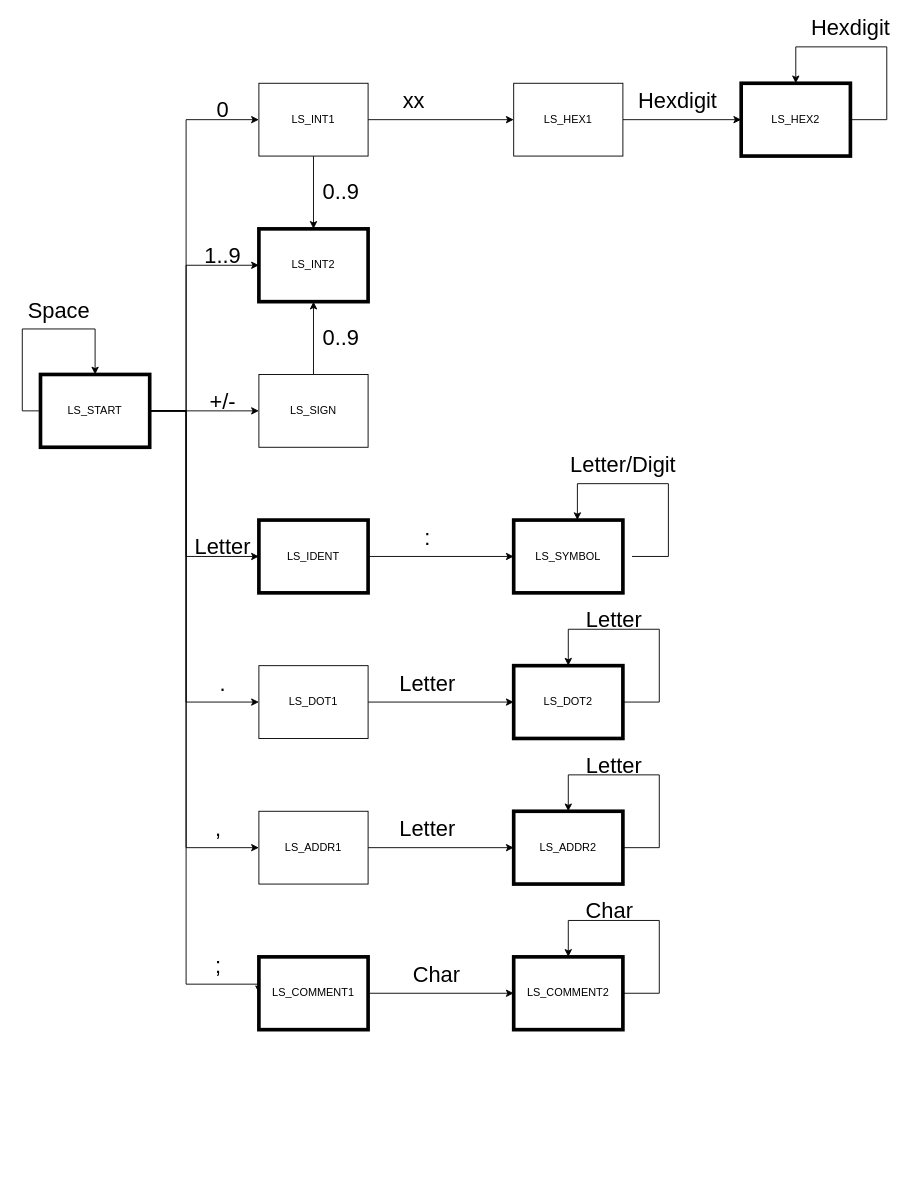
Above: docs/diagrams/Tokenizer.drawio in zackthomas1/Pep9Assembler (draw.io), before the change. Source tidied: cells renumbered, new cells numbered last; positions are measured from the earlier drawing's top-left corner, leaving out a move shared by most shapes. Both pictures are drawn from the tidied source at 91%, with x=0, y=0 at pixel (22, 19).
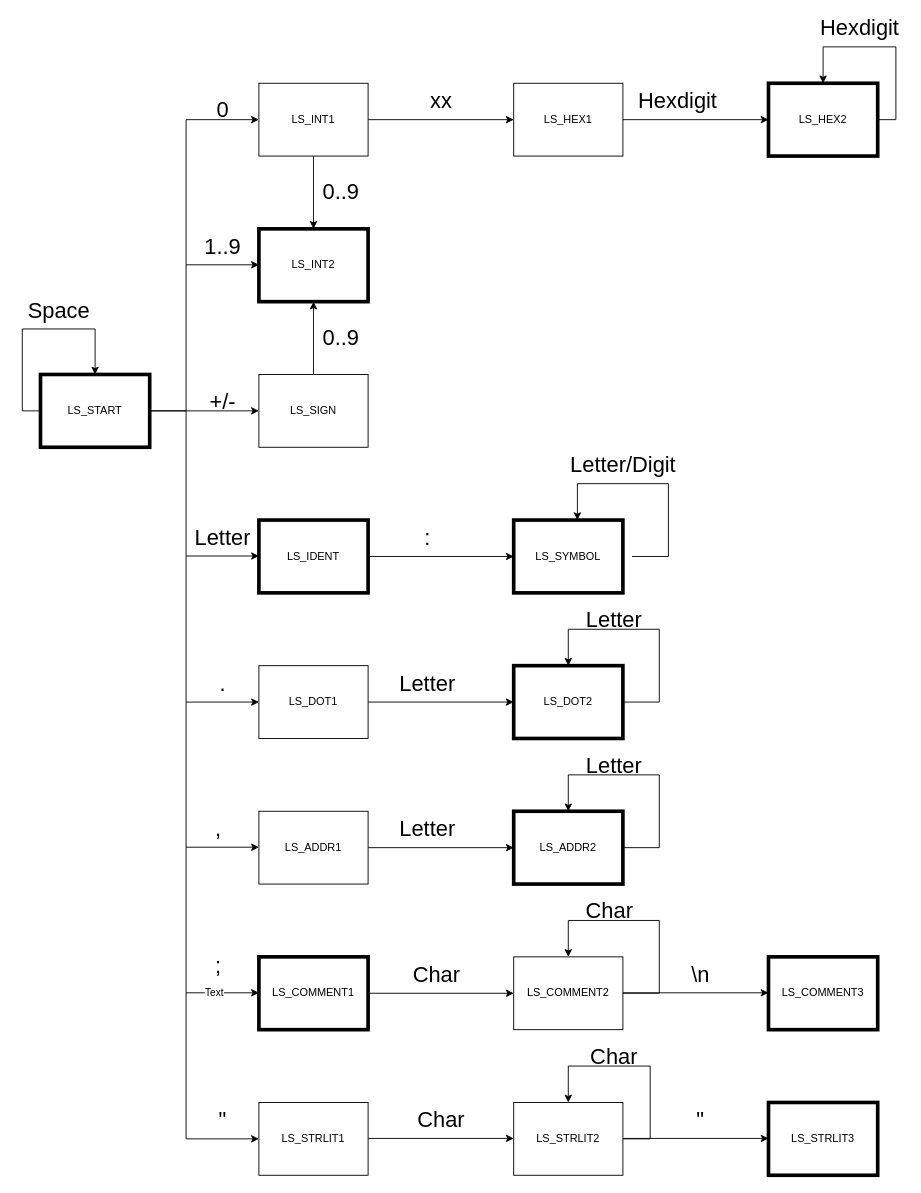
After the change.

The change refers to these unchanged cells:
```xml
<mxCell id="10" value="LS_START" style="rounded=0;whiteSpace=wrap;html=1;strokeWidth=4;" parent="1" vertex="1">
  <mxGeometry x="20" y="390" width="120" height="80" as="geometry" />
</mxCell>
<mxCell id="14" value="LS_INT2" style="rounded=0;whiteSpace=wrap;html=1;strokeWidth=4;" parent="1" vertex="1">
  <mxGeometry x="260" y="230" width="120" height="80" as="geometry" />
</mxCell>
<mxCell id="16" value="LS_SIGN" style="rounded=0;whiteSpace=wrap;html=1;" parent="1" vertex="1">
  <mxGeometry x="260" y="390" width="120" height="80" as="geometry" />
</mxCell>
<mxCell id="18" value="LS_IDENT" style="rounded=0;whiteSpace=wrap;html=1;strokeWidth=4;" parent="1" vertex="1">
  <mxGeometry x="260" y="550" width="120" height="80" as="geometry" />
</mxCell>
<mxCell id="20" value="LS_ADDR1" style="rounded=0;whiteSpace=wrap;html=1;" parent="1" vertex="1">
  <mxGeometry x="260" y="870" width="120" height="80" as="geometry" />
</mxCell>
<mxCell id="22" value="LS_DOT1" style="rounded=0;whiteSpace=wrap;html=1;" parent="1" vertex="1">
  <mxGeometry x="260" y="710" width="120" height="80" as="geometry" />
</mxCell>
<mxCell id="51" value="LS_COMMENT1" style="rounded=0;whiteSpace=wrap;html=1;strokeWidth=4;" parent="1" vertex="1">
  <mxGeometry x="260" y="1030" width="120" height="80" as="geometry" />
</mxCell>
```

Diff of the diagram source:
```diff
@@
-    <mxCell id="2" style="edgeStyle=orthogonalEdgeStyle;rounded=0;jettySize=auto;html=1;entryX=0;entryY=0.5;entryDx=0;entryDy=0;" parent="1" edge="1" source="10" target="14">
-      <mxGeometry relative="1" as="geometry">
-        <Array as="points">
-          <mxPoint x="180" y="430" />
-          <mxPoint x="180" y="270" />
-        </Array>
-      </mxGeometry>
-    </mxCell>
@@
-    <mxCell id="4" style="edgeStyle=orthogonalEdgeStyle;rounded=0;jettySize=auto;html=1;" parent="1" edge="1" source="10" target="16">
-      <mxGeometry relative="1" as="geometry" />
-    </mxCell>
-    <mxCell id="5" style="edgeStyle=orthogonalEdgeStyle;rounded=0;jettySize=auto;html=1;entryX=0;entryY=0.5;entryDx=0;entryDy=0;" parent="1" edge="1" source="10" target="20">
-      <mxGeometry relative="1" as="geometry">
-        <Array as="points">
-          <mxPoint x="180" y="430" />
-          <mxPoint x="180" y="910" />
-        </Array>
-      </mxGeometry>
-    </mxCell>
-    <mxCell id="6" style="edgeStyle=orthogonalEdgeStyle;rounded=0;jettySize=auto;html=1;entryX=0;entryY=0.5;entryDx=0;entryDy=0;" parent="1" edge="1" source="10" target="22">
-      <mxGeometry relative="1" as="geometry">
-        <Array as="points">
-          <mxPoint x="180" y="430" />
-          <mxPoint x="180" y="750" />
-        </Array>
-      </mxGeometry>
-    </mxCell>
-    <mxCell id="7" style="edgeStyle=orthogonalEdgeStyle;rounded=0;jettySize=auto;html=1;entryX=0;entryY=0.5;entryDx=0;entryDy=0;" parent="1" edge="1" source="10" target="18">
-      <mxGeometry relative="1" as="geometry">
-        <Array as="points">
-          <mxPoint x="180" y="430" />
-          <mxPoint x="180" y="590" />
-        </Array>
-      </mxGeometry>
-    </mxCell>
@@
-    <mxCell id="9" style="edgeStyle=orthogonalEdgeStyle;rounded=0;jettySize=auto;html=1;entryX=0;entryY=0.5;entryDx=0;entryDy=0;" parent="1" edge="1" source="10" target="51">
+    <mxCell id="9" style="edgeStyle=orthogonalEdgeStyle;rounded=0;jettySize=auto;html=1;entryX=0;entryY=0.5;entryDx=0;entryDy=0;" parent="1" edge="1" source="10" target="58">
       <mxGeometry relative="1" as="geometry">
         <Array as="points">
           <mxPoint x="180" y="430" />
-          <mxPoint x="180" y="1060" />
+          <mxPoint x="180" y="1230" />
         </Array>
       </mxGeometry>
     </mxCell>
@@
     <mxCell id="25" value="LS_HEX2" style="rounded=0;whiteSpace=wrap;html=1;strokeWidth=4;" parent="1" vertex="1">
-      <mxGeometry x="790" y="70" width="120" height="80" as="geometry" />
+      <mxGeometry x="820" y="70" width="120" height="80" as="geometry" />
     </mxCell>
@@
-    <mxCell id="31" style="edgeStyle=orthogonalEdgeStyle;rounded=0;orthogonalLoop=1;jettySize=auto;html=1;exitX=1;exitY=0.5;exitDx=0;exitDy=0;" parent="1" edge="1">
+    <mxCell id="31" style="edgeStyle=orthogonalEdgeStyle;rounded=0;orthogonalLoop=1;jettySize=auto;html=1;entryX=0.5;entryY=0;entryDx=0;entryDy=0;exitX=1;exitY=0.5;exitDx=0;exitDy=0;" parent="1" edge="1" source="25" target="25">
       <mxGeometry relative="1" as="geometry">
-        <mxPoint x="910" y="110" as="sourcePoint" />
-        <mxPoint x="850" y="70" as="targetPoint" />
         <Array as="points">
-          <mxPoint x="950" y="110" />
-          <mxPoint x="950" y="30" />
-          <mxPoint x="850" y="30" />
+          <mxPoint x="960" y="110" />
+          <mxPoint x="960" y="30" />
+          <mxPoint x="880" y="30" />
         </Array>
       </mxGeometry>
     </mxCell>
@@
     <mxCell id="36" value="&lt;font style=&quot;font-size: 24px&quot;&gt;Letter&lt;/font&gt;" style="text;html=1;align=center;verticalAlign=middle;fillColor=none;strokeColor=none;rounded=0;" parent="1" vertex="1">
-      <mxGeometry x="180" y="570" width="80" height="20" as="geometry" />
+      <mxGeometry x="180" y="560" width="80" height="20" as="geometry" />
     </mxCell>
@@
     <mxCell id="40" value="&lt;font style=&quot;font-size: 24px&quot;&gt;Hexdigit&lt;/font&gt;" style="text;html=1;align=center;verticalAlign=middle;fillColor=none;strokeColor=none;rounded=0;" parent="1" vertex="1">
-      <mxGeometry x="860" width="100" height="20" as="geometry" />
+      <mxGeometry x="870" width="100" height="20" as="geometry" />
     </mxCell>
@@
     <mxCell id="42" value="&lt;font style=&quot;font-size: 24px&quot;&gt;1..9&lt;/font&gt;" style="text;html=1;align=center;verticalAlign=middle;fillColor=none;strokeColor=none;rounded=0;" parent="1" vertex="1">
-      <mxGeometry x="190" y="250" width="60" height="20" as="geometry" />
+      <mxGeometry x="190" y="240" width="60" height="20" as="geometry" />
     </mxCell>
@@
     <mxCell id="44" value="&lt;font style=&quot;font-size: 24px&quot;&gt;xx&lt;/font&gt;" style="text;html=1;align=center;verticalAlign=middle;fillColor=none;strokeColor=none;rounded=0;" parent="1" vertex="1">
-      <mxGeometry x="410" y="80" width="40" height="20" as="geometry" />
+      <mxGeometry x="440" y="80" width="40" height="20" as="geometry" />
     </mxCell>
@@
-    <mxCell id="53" value="LS_COMMENT2" style="rounded=0;whiteSpace=wrap;html=1;strokeWidth=4;" parent="1" vertex="1">
+    <mxCell id="53" value="LS_COMMENT2" style="rounded=0;whiteSpace=wrap;html=1;strokeWidth=1;" parent="1" vertex="1">
       <mxGeometry x="540" y="1030" width="120" height="80" as="geometry" />
     </mxCell>
@@
+    <mxCell id="58" value="LS_STRLIT1" style="rounded=0;whiteSpace=wrap;html=1;" parent="1" vertex="1">
+      <mxGeometry x="260" y="1190" width="120" height="80" as="geometry" />
+    </mxCell>
+    <mxCell id="59" style="endArrow=classic;html=1;entryX=0;entryY=0.5;entryDx=0;entryDy=0;" parent="1" edge="1" target="22">
+      <mxGeometry relative="1" as="geometry">
+        <mxPoint x="180" y="750" as="sourcePoint" />
+      </mxGeometry>
+    </mxCell>
+    <mxCell id="60" style="endArrow=classic;html=1;entryX=0;entryY=0.5;entryDx=0;entryDy=0;" parent="1" edge="1">
+      <mxGeometry relative="1" as="geometry">
+        <mxPoint x="180" y="909.5" as="sourcePoint" />
+        <mxPoint x="260" y="909.5" as="targetPoint" />
+      </mxGeometry>
+    </mxCell>
+    <mxCell id="61" style="endArrow=classic;html=1;entryX=0;entryY=0.5;entryDx=0;entryDy=0;" parent="1" edge="1">
+      <mxGeometry relative="1" as="geometry">
+        <mxPoint x="180" y="589.5" as="sourcePoint" />
+        <mxPoint x="260" y="589.5" as="targetPoint" />
+      </mxGeometry>
+    </mxCell>
+    <mxCell id="62" style="endArrow=classic;html=1;entryX=0;entryY=0.5;entryDx=0;entryDy=0;" parent="1" edge="1">
+      <mxGeometry relative="1" as="geometry">
+        <mxPoint x="180" y="269.5" as="sourcePoint" />
+        <mxPoint x="260" y="269.5" as="targetPoint" />
+      </mxGeometry>
+    </mxCell>
+    <mxCell id="63" style="endArrow=classic;html=1;entryX=0;entryY=0.5;entryDx=0;entryDy=0;" parent="1" edge="1">
+      <mxGeometry relative="1" as="geometry">
+        <mxPoint x="180" y="430" as="sourcePoint" />
+        <mxPoint x="260" y="430" as="targetPoint" />
+      </mxGeometry>
+    </mxCell>
+    <mxCell id="64" style="endArrow=classic;html=1;entryX=0;entryY=0.5;entryDx=0;entryDy=0;" parent="1" edge="1">
+      <mxGeometry relative="1" as="geometry">
+        <mxPoint x="180" y="1069.5" as="sourcePoint" />
+        <mxPoint x="260" y="1069.5" as="targetPoint" />
+      </mxGeometry>
+    </mxCell>
+    <mxCell id="65" value="Text" style="edgeLabel;html=1;align=center;verticalAlign=middle;" parent="64" vertex="1">
+      <mxGeometry x="-0.25" y="1" relative="1" as="geometry">
+        <mxPoint y="1" as="offset" />
+      </mxGeometry>
+    </mxCell>
+    <mxCell id="66" value="LS_STRLIT2" style="rounded=0;whiteSpace=wrap;html=1;" parent="1" vertex="1">
+      <mxGeometry x="540" y="1190" width="120" height="80" as="geometry" />
+    </mxCell>
+    <mxCell id="67" value="LS_STRLIT3" style="rounded=0;whiteSpace=wrap;html=1;strokeWidth=4;" parent="1" vertex="1">
+      <mxGeometry x="820" y="1190" width="120" height="80" as="geometry" />
+    </mxCell>
+    <mxCell id="68" style="edgeStyle=orthogonalEdgeStyle;rounded=0;orthogonalLoop=1;jettySize=auto;html=1;exitX=1;exitY=0.5;exitDx=0;exitDy=0;" parent="1" edge="1">
+      <mxGeometry relative="1" as="geometry">
+        <mxPoint x="380" y="1229.5" as="sourcePoint" />
+        <mxPoint x="540" y="1229.5" as="targetPoint" />
+      </mxGeometry>
+    </mxCell>
+    <mxCell id="69" style="edgeStyle=orthogonalEdgeStyle;rounded=0;orthogonalLoop=1;jettySize=auto;html=1;exitX=1;exitY=0.5;exitDx=0;exitDy=0;" parent="1" edge="1">
+      <mxGeometry relative="1" as="geometry">
+        <mxPoint x="660" y="1229.5" as="sourcePoint" />
+        <mxPoint x="820" y="1229.5" as="targetPoint" />
+      </mxGeometry>
+    </mxCell>
+    <mxCell id="70" style="edgeStyle=orthogonalEdgeStyle;rounded=0;orthogonalLoop=1;jettySize=auto;html=1;exitX=1;exitY=0.5;exitDx=0;exitDy=0;" parent="1" edge="1">
+      <mxGeometry relative="1" as="geometry">
+        <mxPoint x="660" y="1230" as="sourcePoint" />
+        <mxPoint x="600" y="1190" as="targetPoint" />
+        <Array as="points">
+          <mxPoint x="690" y="1230" />
+          <mxPoint x="690" y="1150" />
+          <mxPoint x="600" y="1150" />
+        </Array>
+      </mxGeometry>
+    </mxCell>
+    <mxCell id="71" value="&lt;span style=&quot;font-size: 24px&quot;&gt;Char&lt;/span&gt;" style="text;html=1;align=center;verticalAlign=middle;fillColor=none;strokeColor=none;rounded=0;" parent="1" vertex="1">
+      <mxGeometry x="615" y="1130" width="70" height="20" as="geometry" />
+    </mxCell>
+    <mxCell id="72" style="edgeStyle=orthogonalEdgeStyle;rounded=0;orthogonalLoop=1;jettySize=auto;html=1;exitX=1;exitY=0.5;exitDx=0;exitDy=0;" parent="1" edge="1">
+      <mxGeometry relative="1" as="geometry">
+        <mxPoint x="660" y="1069.5" as="sourcePoint" />
+        <mxPoint x="820" y="1069.5" as="targetPoint" />
+      </mxGeometry>
+    </mxCell>
+    <mxCell id="73" value="LS_COMMENT3" style="rounded=0;whiteSpace=wrap;html=1;strokeWidth=4;" parent="1" vertex="1">
+      <mxGeometry x="820" y="1030" width="120" height="80" as="geometry" />
+    </mxCell>
+    <mxCell id="74" value="&lt;span style=&quot;font-size: 24px&quot;&gt;&quot;&lt;/span&gt;" style="text;html=1;align=center;verticalAlign=middle;fillColor=none;strokeColor=none;rounded=0;" parent="1" vertex="1">
+      <mxGeometry x="210" y="1200" width="20" height="20" as="geometry" />
+    </mxCell>
+    <mxCell id="75" value="&lt;span style=&quot;font-size: 24px&quot;&gt;Char&lt;/span&gt;" style="text;html=1;align=center;verticalAlign=middle;fillColor=none;strokeColor=none;rounded=0;" parent="1" vertex="1">
+      <mxGeometry x="425" y="1200" width="70" height="20" as="geometry" />
+    </mxCell>
+    <mxCell id="76" value="&lt;span style=&quot;font-size: 24px&quot;&gt;&quot;&lt;/span&gt;" style="text;html=1;align=center;verticalAlign=middle;fillColor=none;strokeColor=none;rounded=0;" parent="1" vertex="1">
+      <mxGeometry x="735" y="1200" width="20" height="20" as="geometry" />
+    </mxCell>
+    <mxCell id="77" value="&lt;span style=&quot;font-size: 24px&quot;&gt;\n&lt;/span&gt;" style="text;html=1;align=center;verticalAlign=middle;fillColor=none;strokeColor=none;rounded=0;" parent="1" vertex="1">
+      <mxGeometry x="725" y="1040" width="40" height="20" as="geometry" />
+    </mxCell>
```
